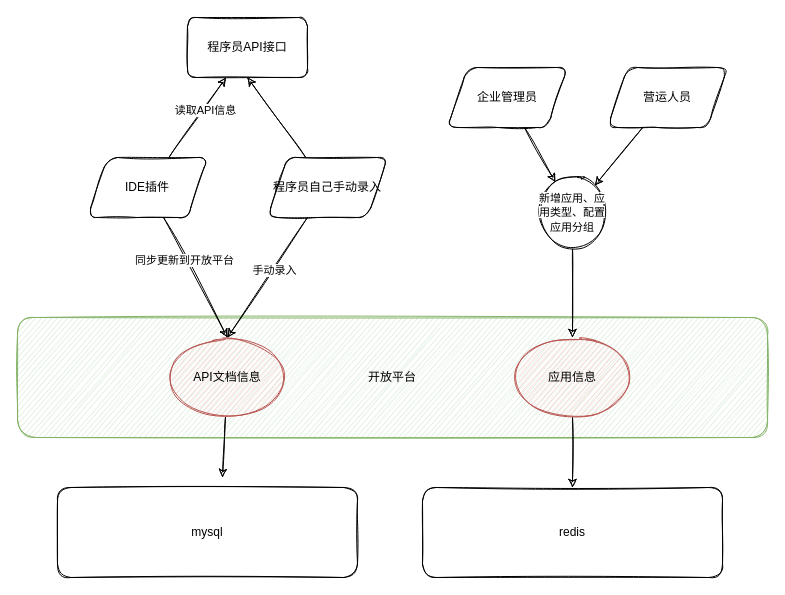
Before: 开放平台数据流图.drawio in laowang-cloud/diagrams, a draw.io diagram. Source tidied: cells renumbered, new cells numbered last; positions are measured from the earlier drawing's top-left corner, leaving out a move shared by most shapes. Both pictures are drawn from the tidied source at 100%, with x=0, y=0 at pixel (17, 17).
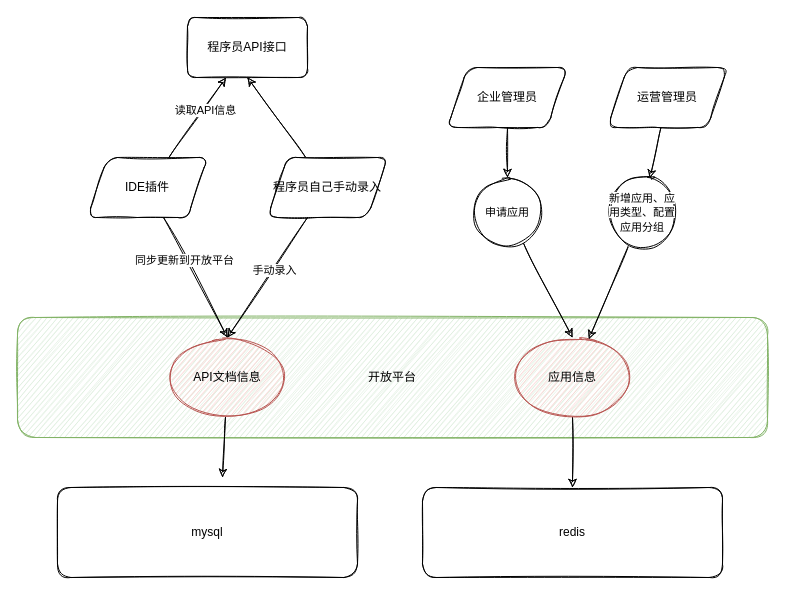
The same diagram, later.

Commit message (it also covers changes not shown here):
更新开放平台数据流图.drawio

Unchanged cells that the change refers to:
```xml
<mxCell id="7" value="应用信息" style="ellipse;whiteSpace=wrap;html=1;sketch=1;rounded=1;fillColor=#f8cecc;strokeColor=#b85450;" parent="1" vertex="1">
  <mxGeometry x="495" y="320" width="120" height="80" as="geometry" />
</mxCell>
<mxCell id="18" value="企业管理员" style="shape=parallelogram;perimeter=parallelogramPerimeter;whiteSpace=wrap;html=1;fixedSize=1;sketch=1;rounded=1;" parent="1" vertex="1">
  <mxGeometry x="430" y="50" width="120" height="60" as="geometry" />
</mxCell>
```

Diff of the diagram source:
```diff
@@
-    <mxCell id="17" style="edgeStyle=none;rounded=0;sketch=1;jettySize=auto;html=1;" parent="1" edge="1" source="18" target="22">
-      <mxGeometry relative="1" as="geometry" />
-    </mxCell>
+    <mxCell id="25" style="edgeStyle=none;rounded=0;sketch=1;jettySize=auto;html=1;" parent="1" edge="1" source="18" target="27">
+      <mxGeometry relative="1" as="geometry" />
+    </mxCell>
@@
-    <mxCell id="20" value="营运人员" style="shape=parallelogram;perimeter=parallelogramPerimeter;whiteSpace=wrap;html=1;fixedSize=1;sketch=1;rounded=1;" parent="1" vertex="1">
+    <mxCell id="20" value="运营管理员" style="shape=parallelogram;perimeter=parallelogramPerimeter;whiteSpace=wrap;html=1;fixedSize=1;sketch=1;rounded=1;" parent="1" vertex="1">
       <mxGeometry x="590" y="50" width="120" height="60" as="geometry" />
     </mxCell>
@@
     <mxCell id="22" value="&lt;span style=&quot;font-size: 11px ; background-color: rgb(255 , 255 , 255)&quot;&gt;新增应用、应用类型、配置应用分组&lt;/span&gt;" style="ellipse;whiteSpace=wrap;html=1;rounded=1;sketch=1;" parent="1" vertex="1">
-      <mxGeometry x="520" y="160" width="70" height="70" as="geometry" />
+      <mxGeometry x="590" y="160" width="70" height="70" as="geometry" />
     </mxCell>
@@
+    <mxCell id="26" style="edgeStyle=none;rounded=0;sketch=1;jettySize=auto;html=1;entryX=0.5;entryY=0;entryDx=0;entryDy=0;" parent="1" edge="1" source="27" target="7">
+      <mxGeometry relative="1" as="geometry" />
+    </mxCell>
+    <mxCell id="27" value="&lt;span style=&quot;font-size: 11px ; background-color: rgb(255 , 255 , 255)&quot;&gt;申请应用&lt;br&gt;&lt;/span&gt;" style="ellipse;whiteSpace=wrap;html=1;rounded=1;sketch=1;" parent="1" vertex="1">
+      <mxGeometry x="455" y="160" width="70" height="70" as="geometry" />
+    </mxCell>
```
